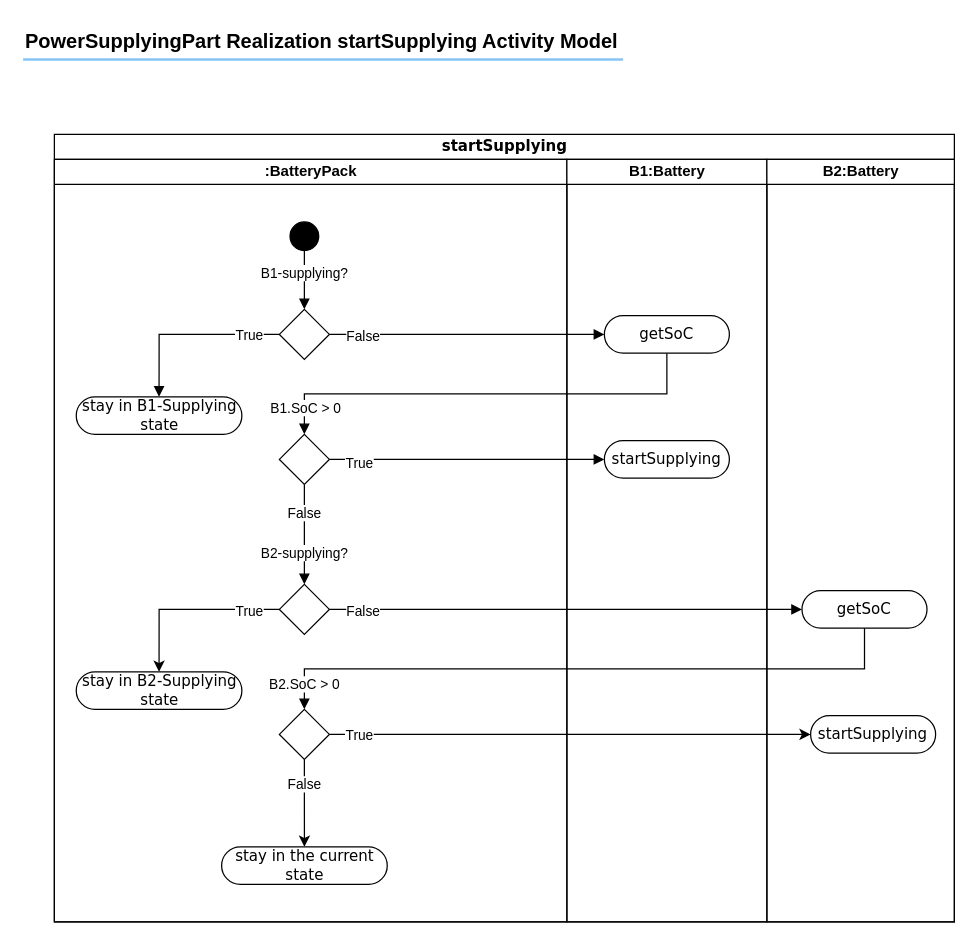
Above: version/4/KobrA_Realization-Activity-Model_PowerSupplyingParty-startSupplying.drawio in Mohammad-Si/convide-A02-MVE (draw.io), before the change. Source tidied: cells renumbered, new cells numbered last; positions are measured from the earlier drawing's top-left corner, leaving out a move shared by most shapes. Both pictures are drawn from the tidied source at 125%, with x=0, y=0 at pixel (22, 21).
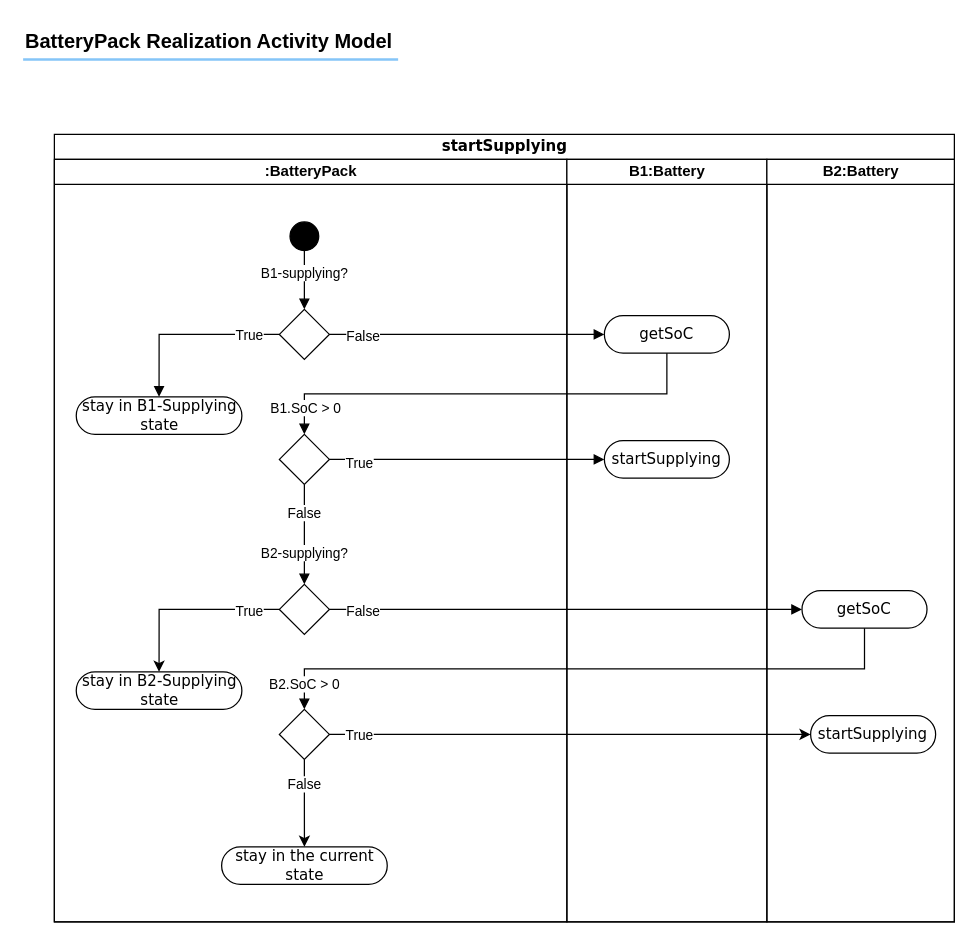
After the change.

What changed in the source:
```diff
@@
-    <mxCell id="2" value="&lt;b&gt;PowerSupplyingPart Realization startSupplying Activity Model&lt;/b&gt;" style="text;fontSize=16;verticalAlign=middle;strokeColor=none;fillColor=none;whiteSpace=wrap;html=1;" parent="1" vertex="1">
+    <mxCell id="2" value="&lt;b&gt;BatteryPack Realization Activity Model&lt;/b&gt;" style="text;fontSize=16;verticalAlign=middle;strokeColor=none;fillColor=none;whiteSpace=wrap;html=1;" parent="1" vertex="1">
       <mxGeometry width="500" height="30" as="geometry" />
     </mxCell>
     <mxCell id="3" style="dashed=0;shape=line;strokeWidth=2;noLabel=1;strokeColor=#0C8CF2;opacity=50;" parent="1" vertex="1">
-      <mxGeometry y="25" width="480" height="10" as="geometry" />
+      <mxGeometry y="25" width="300" height="10" as="geometry" />
     </mxCell>
```
